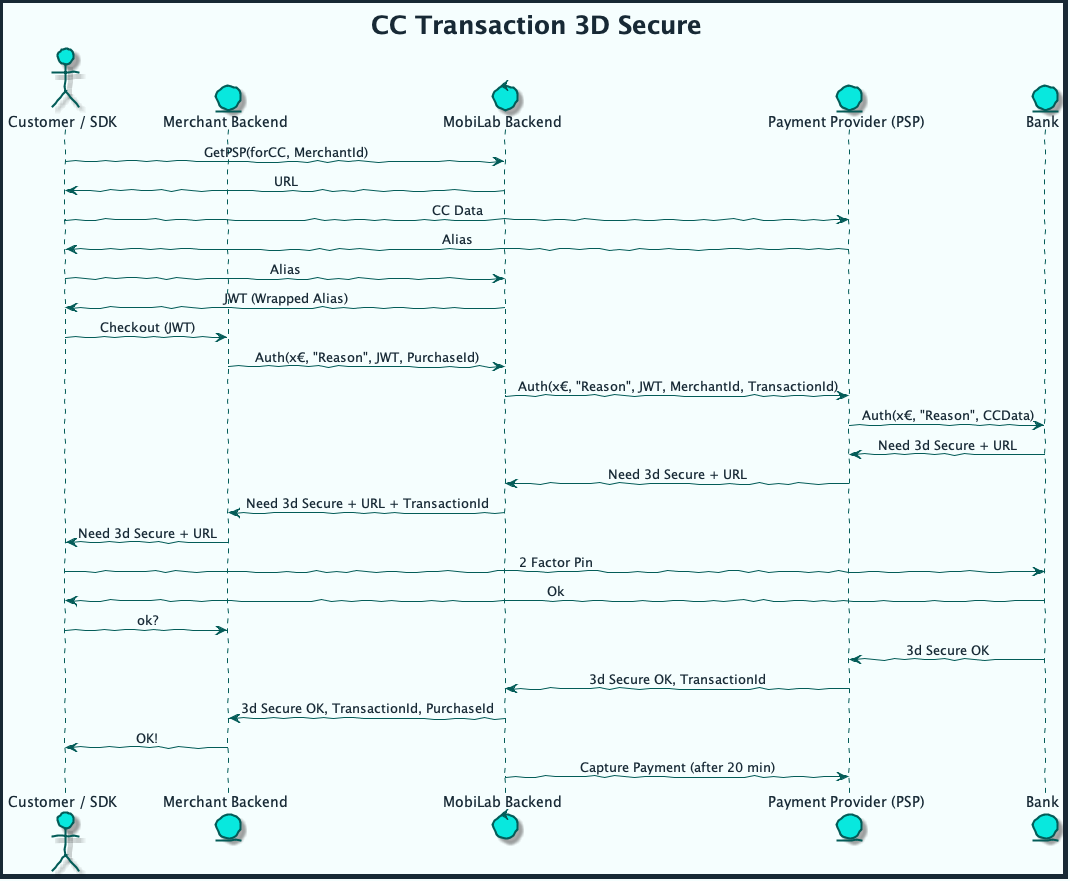
mobilabsolutions/stash-sdk-wiki keeps this PlantUML diagram as diagrams/out/cc_transaction_3d.png. Above is the earlier version.
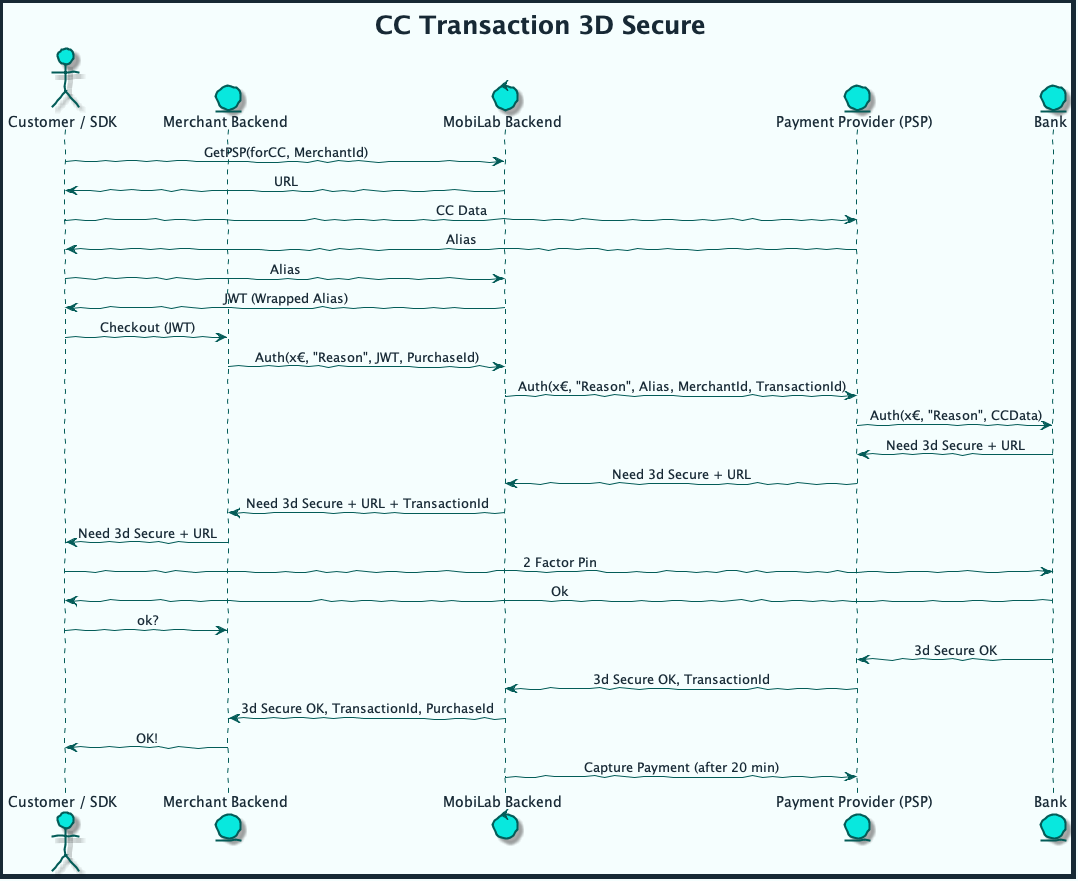
Above is the later version.

Commit message:
Alias to PSP

What changed in the source:
```diff
@@ -62,7 +62,7 @@
 
 User -> MEC: Checkout (JWT)
 MEC -> MBE: Auth(x€, "Reason", JWT, PurchaseId)
-MBE -> PSP: Auth(x€, "Reason", JWT, MerchantId, TransactionId)
+MBE -> PSP: Auth(x€, "Reason", Alias, MerchantId, TransactionId)
 PSP -> Bank: Auth(x€, "Reason", CCData)
 Bank -> PSP: Need 3d Secure + URL
 PSP -> MBE: Need 3d Secure + URL
```
